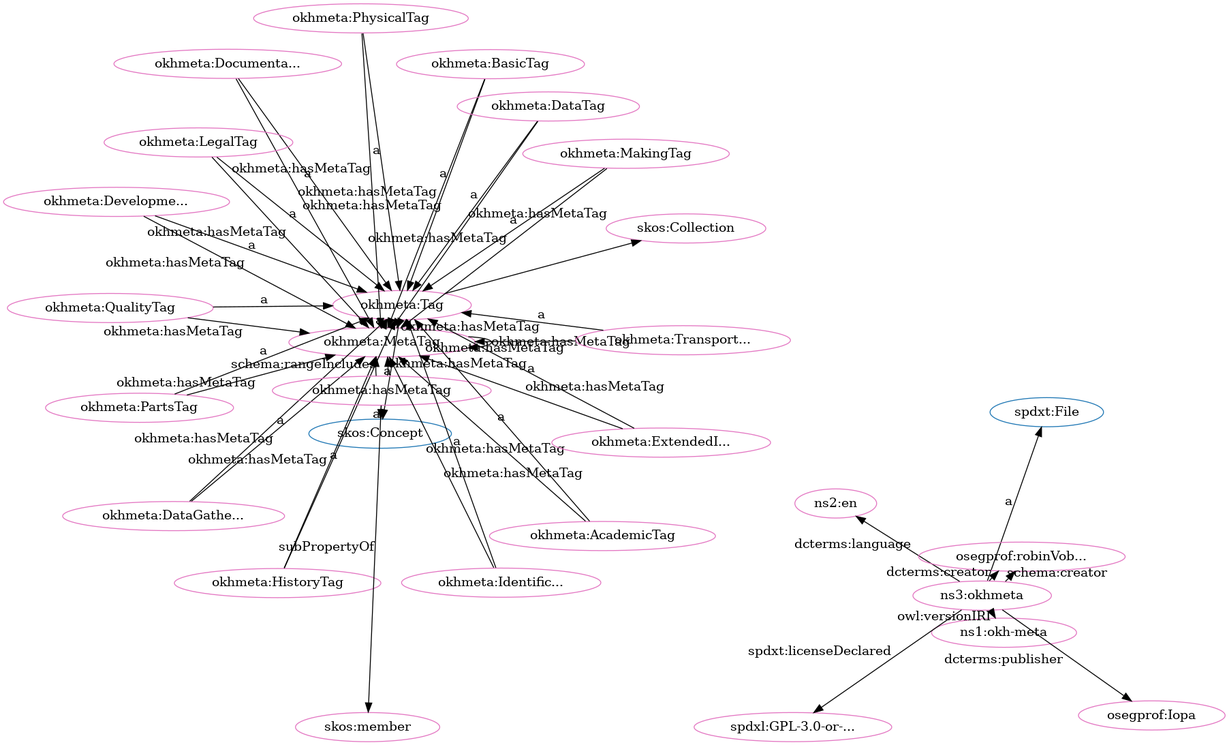
Earlier version of the Graphviz export src/spec/fdp_okh-meta-clean.png (iop-alliance/OpenKnowHow). Its source is kept beside it as src/spec/fdp_okh-meta-clean.dot.
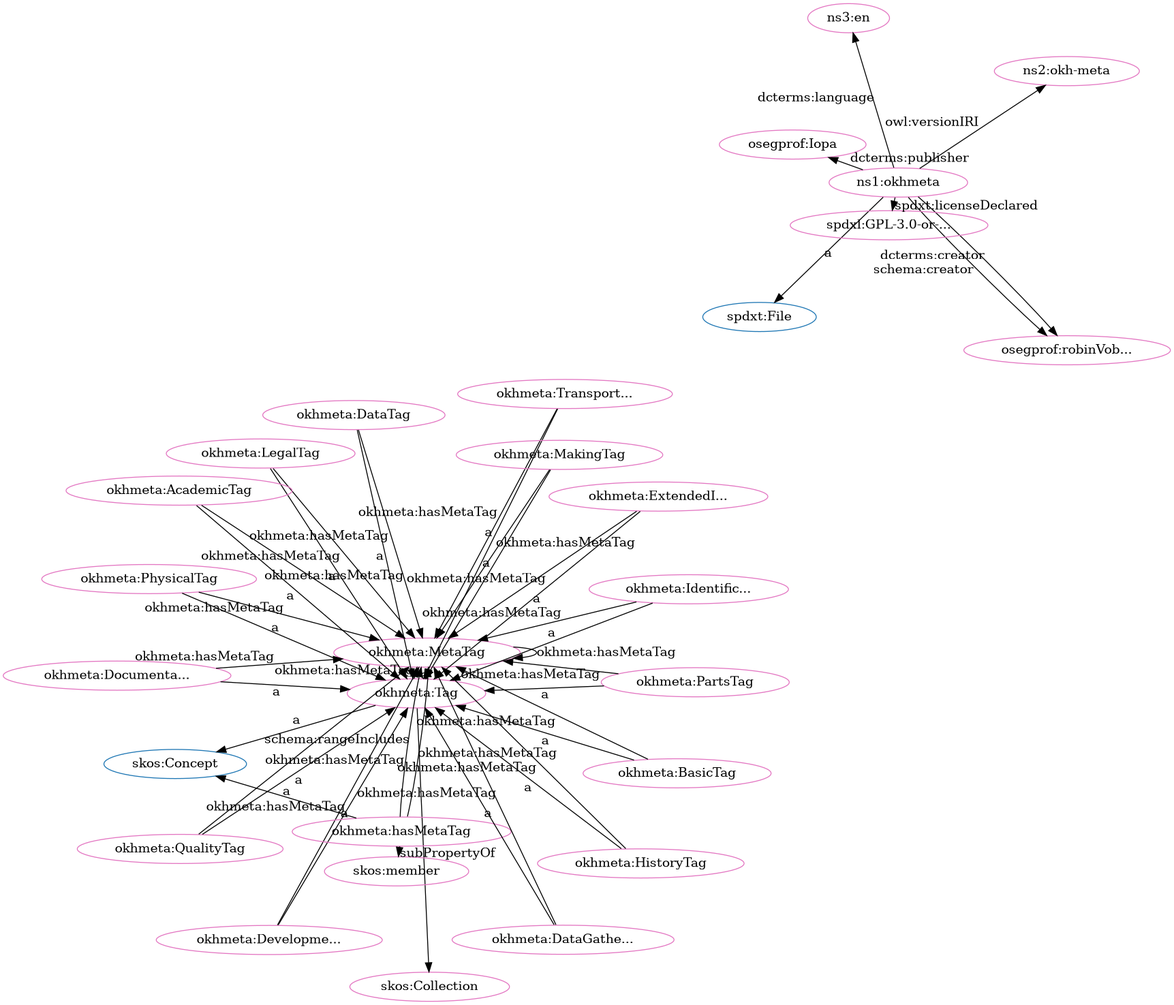
The same file after the commit.

Change to the diagram source:
```diff
@@ -1,81 +1,81 @@
 digraph G {
   rankdir=BT
   node[height=.3]
+"http://www.w3.org/2004/02/skos/core#Collection" [fillcolor="#1f77b4" color="#1f77b4" label="skos:Collection"]
 "https://w3id.org/oseg/ont/okhmeta#MetaTag" [fillcolor="#1f77b4" color="#1f77b4" label="okhmeta:MetaTag"]
-"http://www.w3.org/2004/02/skos/core#Collection" [fillcolor="#1f77b4" color="#1f77b4" label="skos:Collection"]
 "http://www.w3.org/2004/02/skos/core#Concept" [fillcolor="#1f77b4" color="#1f77b4" label="skos:Concept"]
+"https://w3id.org/oseg/ont/okhmeta#Tag" [fillcolor="#1f77b4" color="#1f77b4" label="okhmeta:Tag"]
 "http://spdx.org/rdf/terms#File" [fillcolor="#1f77b4" color="#1f77b4" label="spdxt:File"]
-"https://w3id.org/oseg/ont/okhmeta#Tag" [fillcolor="#1f77b4" color="#1f77b4" label="okhmeta:Tag"]
+"https://w3id.org/oseg/ont/okhmeta#ExtendedInfoTag" [fillcolor="#e377c2" color="#e377c2" label="okhmeta:ExtendedI..."]
+"https://w3id.org/oseg/ont/okhmeta#DevelopmentTag" [fillcolor="#e377c2" color="#e377c2" label="okhmeta:Developme..."]
+"https://w3id.org/oseg/ont/okhmeta#hasMetaTag" [fillcolor="#e377c2" color="#e377c2" label="okhmeta:hasMetaTag"]
 "https://w3id.org/oseg/ont/okhmeta#MetaTag" [fillcolor="#e377c2" color="#e377c2" label="okhmeta:MetaTag"]
+"https://w3id.org/oseg/ont/okhmeta#DataGatheringTag" [fillcolor="#e377c2" color="#e377c2" label="okhmeta:DataGathe..."]
+"http://www.w3.org/2004/02/skos/core#Collection" [fillcolor="#e377c2" color="#e377c2" label="skos:Collection"]
+"https://w3id.org/oseg/ont/okhmeta#DocumentationTag" [fillcolor="#e377c2" color="#e377c2" label="okhmeta:Documenta..."]
+"https://w3id.org/oseg/ont/okhmeta#HistoryTag" [fillcolor="#e377c2" color="#e377c2" label="okhmeta:HistoryTag"]
+"https://w3id.org/oseg/ont/okhmeta" [fillcolor="#e377c2" color="#e377c2" label="ns1:okhmeta"]
+"http://www.w3.org/2004/02/skos/core#member" [fillcolor="#e377c2" color="#e377c2" label="skos:member"]
+"https://w3id.org/oseg/ont/oseg-profiles#robinVobruba" [fillcolor="#e377c2" color="#e377c2" label="osegprof:robinVob..."]
+"https://w3id.org/oseg/ont/okhmeta#TransportationTag" [fillcolor="#e377c2" color="#e377c2" label="okhmeta:Transport..."]
+"https://w3id.org/oseg/ont/okhmeta#Tag" [fillcolor="#e377c2" color="#e377c2" label="okhmeta:Tag"]
 "https://w3id.org/oseg/ont/oseg-profiles#Iopa" [fillcolor="#e377c2" color="#e377c2" label="osegprof:Iopa"]
-"http://www.w3.org/2004/02/skos/core#member" [fillcolor="#e377c2" color="#e377c2" label="skos:member"]
+"https://w3id.org/oseg/ont/okhmeta#PartsTag" [fillcolor="#e377c2" color="#e377c2" label="okhmeta:PartsTag"]
+"https://w3id.org/oseg/ont/okhmeta#IdentificationTag" [fillcolor="#e377c2" color="#e377c2" label="okhmeta:Identific..."]
+"https://w3id.org/oseg/ont/1.1.0/okh-meta" [fillcolor="#e377c2" color="#e377c2" label="ns2:okh-meta"]
+"https://w3id.org/oseg/ont/okhmeta#DataTag" [fillcolor="#e377c2" color="#e377c2" label="okhmeta:DataTag"]
+"http://id.loc.gov/vocabulary/iso639-1/en" [fillcolor="#e377c2" color="#e377c2" label="ns3:en"]
 "https://w3id.org/oseg/ont/okhmeta#BasicTag" [fillcolor="#e377c2" color="#e377c2" label="okhmeta:BasicTag"]
-"https://w3id.org/oseg/ont/okhmeta#DataGatheringTag" [fillcolor="#e377c2" color="#e377c2" label="okhmeta:DataGathe..."]
-"https://w3id.org/oseg/ont/okhmeta#HistoryTag" [fillcolor="#e377c2" color="#e377c2" label="okhmeta:HistoryTag"]
-"https://w3id.org/oseg/ont/okhmeta#hasMetaTag" [fillcolor="#e377c2" color="#e377c2" label="okhmeta:hasMetaTag"]
+"https://spdx.org/licenses/GPL-3.0-or-later" [fillcolor="#e377c2" color="#e377c2" label="spdxl:GPL-3.0-or-..."]
+"https://w3id.org/oseg/ont/okhmeta#MakingTag" [fillcolor="#e377c2" color="#e377c2" label="okhmeta:MakingTag"]
+"https://w3id.org/oseg/ont/okhmeta#LegalTag" [fillcolor="#e377c2" color="#e377c2" label="okhmeta:LegalTag"]
 "https://w3id.org/oseg/ont/okhmeta#AcademicTag" [fillcolor="#e377c2" color="#e377c2" label="okhmeta:AcademicTag"]
-"https://w3id.org/oseg/ont/1.1.0/okh-meta" [fillcolor="#e377c2" color="#e377c2" label="ns1:okh-meta"]
-"http://id.loc.gov/vocabulary/iso639-1/en" [fillcolor="#e377c2" color="#e377c2" label="ns2:en"]
-"https://w3id.org/oseg/ont/okhmeta#Tag" [fillcolor="#e377c2" color="#e377c2" label="okhmeta:Tag"]
-"https://w3id.org/oseg/ont/okhmeta#DocumentationTag" [fillcolor="#e377c2" color="#e377c2" label="okhmeta:Documenta..."]
-"https://w3id.org/oseg/ont/okhmeta#DevelopmentTag" [fillcolor="#e377c2" color="#e377c2" label="okhmeta:Developme..."]
-"https://w3id.org/oseg/ont/okhmeta#MakingTag" [fillcolor="#e377c2" color="#e377c2" label="okhmeta:MakingTag"]
-"https://w3id.org/oseg/ont/okhmeta#DataTag" [fillcolor="#e377c2" color="#e377c2" label="okhmeta:DataTag"]
-"https://w3id.org/oseg/ont/okhmeta#PartsTag" [fillcolor="#e377c2" color="#e377c2" label="okhmeta:PartsTag"]
-"http://www.w3.org/2004/02/skos/core#Collection" [fillcolor="#e377c2" color="#e377c2" label="skos:Collection"]
-"https://w3id.org/oseg/ont/okhmeta" [fillcolor="#e377c2" color="#e377c2" label="ns3:okhmeta"]
-"https://w3id.org/oseg/ont/okhmeta#TransportationTag" [fillcolor="#e377c2" color="#e377c2" label="okhmeta:Transport..."]
-"https://w3id.org/oseg/ont/oseg-profiles#robinVobruba" [fillcolor="#e377c2" color="#e377c2" label="osegprof:robinVob..."]
-"https://w3id.org/oseg/ont/okhmeta#ExtendedInfoTag" [fillcolor="#e377c2" color="#e377c2" label="okhmeta:ExtendedI..."]
+"https://w3id.org/oseg/ont/okhmeta#PhysicalTag" [fillcolor="#e377c2" color="#e377c2" label="okhmeta:PhysicalTag"]
 "https://w3id.org/oseg/ont/okhmeta#QualityTag" [fillcolor="#e377c2" color="#e377c2" label="okhmeta:QualityTag"]
-"https://w3id.org/oseg/ont/okhmeta#LegalTag" [fillcolor="#e377c2" color="#e377c2" label="okhmeta:LegalTag"]
-"https://w3id.org/oseg/ont/okhmeta#PhysicalTag" [fillcolor="#e377c2" color="#e377c2" label="okhmeta:PhysicalTag"]
-"https://spdx.org/licenses/GPL-3.0-or-later" [fillcolor="#e377c2" color="#e377c2" label="spdxl:GPL-3.0-or-..."]
-"https://w3id.org/oseg/ont/okhmeta#IdentificationTag" [fillcolor="#e377c2" color="#e377c2" label="okhmeta:Identific..."]
+  "https://w3id.org/oseg/ont/okhmeta#ExtendedInfoTag" -> "https://w3id.org/oseg/ont/okhmeta#MetaTag" [label="okhmeta:hasMetaTag"]
+  "https://w3id.org/oseg/ont/okhmeta#DataGatheringTag" -> "https://w3id.org/oseg/ont/okhmeta#Tag" [label="a"]
+  "https://w3id.org/oseg/ont/okhmeta#Tag" -> "http://www.w3.org/2004/02/skos/core#Collection" [label=""]
+  "https://w3id.org/oseg/ont/okhmeta#DataTag" -> "https://w3id.org/oseg/ont/okhmeta#MetaTag" [label="okhmeta:hasMetaTag"]
+  "https://w3id.org/oseg/ont/okhmeta#DocumentationTag" -> "https://w3id.org/oseg/ont/okhmeta#MetaTag" [label="okhmeta:hasMetaTag"]
+  "https://w3id.org/oseg/ont/okhmeta#HistoryTag" -> "https://w3id.org/oseg/ont/okhmeta#MetaTag" [label="okhmeta:hasMetaTag"]
+  "https://w3id.org/oseg/ont/okhmeta#hasMetaTag" -> "http://www.w3.org/2004/02/skos/core#member" [label="subPropertyOf"]
+  "https://w3id.org/oseg/ont/okhmeta#TransportationTag" -> "https://w3id.org/oseg/ont/okhmeta#Tag" [label="a"]
+  "https://w3id.org/oseg/ont/okhmeta" -> "https://w3id.org/oseg/ont/oseg-profiles#Iopa" [label="dcterms:publisher"]
+  "https://w3id.org/oseg/ont/okhmeta#LegalTag" -> "https://w3id.org/oseg/ont/okhmeta#MetaTag" [label="okhmeta:hasMetaTag"]
+  "https://w3id.org/oseg/ont/okhmeta#PartsTag" -> "https://w3id.org/oseg/ont/okhmeta#Tag" [label="a"]
+  "https://w3id.org/oseg/ont/okhmeta#DevelopmentTag" -> "https://w3id.org/oseg/ont/okhmeta#MetaTag" [label="okhmeta:hasMetaTag"]
+  "https://w3id.org/oseg/ont/okhmeta#BasicTag" -> "https://w3id.org/oseg/ont/okhmeta#Tag" [label="a"]
+  "https://w3id.org/oseg/ont/okhmeta" -> "https://spdx.org/licenses/GPL-3.0-or-later" [label="spdxt:licenseDeclared"]
+  "https://w3id.org/oseg/ont/okhmeta" -> "http://spdx.org/rdf/terms#File" [label="a"]
   "https://w3id.org/oseg/ont/okhmeta#hasMetaTag" -> "https://w3id.org/oseg/ont/okhmeta#MetaTag" [label="schema:rangeIncludes"]
-  "https://w3id.org/oseg/ont/okhmeta#HistoryTag" -> "https://w3id.org/oseg/ont/okhmeta#MetaTag" [label="okhmeta:hasMetaTag"]
-  "https://w3id.org/oseg/ont/okhmeta" -> "https://w3id.org/oseg/ont/oseg-profiles#Iopa" [label="dcterms:publisher"]
-  "https://w3id.org/oseg/ont/okhmeta#hasMetaTag" -> "http://www.w3.org/2004/02/skos/core#member" [label="subPropertyOf"]
-  "https://w3id.org/oseg/ont/okhmeta#BasicTag" -> "https://w3id.org/oseg/ont/okhmeta#Tag" [label="a"]
   "https://w3id.org/oseg/ont/okhmeta#TransportationTag" -> "https://w3id.org/oseg/ont/okhmeta#MetaTag" [label="okhmeta:hasMetaTag"]
-  "https://w3id.org/oseg/ont/okhmeta#DocumentationTag" -> "https://w3id.org/oseg/ont/okhmeta#MetaTag" [label="okhmeta:hasMetaTag"]
+  "https://w3id.org/oseg/ont/okhmeta#AcademicTag" -> "https://w3id.org/oseg/ont/okhmeta#Tag" [label="a"]
+  "https://w3id.org/oseg/ont/okhmeta#PhysicalTag" -> "https://w3id.org/oseg/ont/okhmeta#Tag" [label="a"]
+  "https://w3id.org/oseg/ont/okhmeta#Tag" -> "https://w3id.org/oseg/ont/okhmeta#MetaTag" [label="okhmeta:hasMetaTag"]
+  "https://w3id.org/oseg/ont/okhmeta#ExtendedInfoTag" -> "https://w3id.org/oseg/ont/okhmeta#Tag" [label="a"]
+  "https://w3id.org/oseg/ont/okhmeta#DevelopmentTag" -> "https://w3id.org/oseg/ont/okhmeta#Tag" [label="a"]
+  "https://w3id.org/oseg/ont/okhmeta#hasMetaTag" -> "https://w3id.org/oseg/ont/okhmeta#MetaTag" [label="okhmeta:hasMetaTag"]
+  "https://w3id.org/oseg/ont/okhmeta#DocumentationTag" -> "https://w3id.org/oseg/ont/okhmeta#Tag" [label="a"]
+  "https://w3id.org/oseg/ont/okhmeta#HistoryTag" -> "https://w3id.org/oseg/ont/okhmeta#Tag" [label="a"]
+  "https://w3id.org/oseg/ont/okhmeta#PartsTag" -> "https://w3id.org/oseg/ont/okhmeta#MetaTag" [label="okhmeta:hasMetaTag"]
+  "https://w3id.org/oseg/ont/okhmeta#IdentificationTag" -> "https://w3id.org/oseg/ont/okhmeta#MetaTag" [label="okhmeta:hasMetaTag"]
+  "https://w3id.org/oseg/ont/okhmeta" -> "https://w3id.org/oseg/ont/oseg-profiles#robinVobruba" [label="dcterms:creator"]
+  "https://w3id.org/oseg/ont/okhmeta#Tag" -> "http://www.w3.org/2004/02/skos/core#Concept" [label="a"]
   "https://w3id.org/oseg/ont/okhmeta#MakingTag" -> "https://w3id.org/oseg/ont/okhmeta#MetaTag" [label="okhmeta:hasMetaTag"]
-  "https://w3id.org/oseg/ont/okhmeta#AcademicTag" -> "https://w3id.org/oseg/ont/okhmeta#Tag" [label="a"]
+  "https://w3id.org/oseg/ont/okhmeta#AcademicTag" -> "https://w3id.org/oseg/ont/okhmeta#MetaTag" [label="okhmeta:hasMetaTag"]
+  "https://w3id.org/oseg/ont/okhmeta#hasMetaTag" -> "http://www.w3.org/2004/02/skos/core#Concept" [label="a"]
+  "https://w3id.org/oseg/ont/okhmeta#MetaTag" -> "https://w3id.org/oseg/ont/okhmeta#MetaTag" [label="okhmeta:hasMetaTag"]
+  "https://w3id.org/oseg/ont/okhmeta#PhysicalTag" -> "https://w3id.org/oseg/ont/okhmeta#MetaTag" [label="okhmeta:hasMetaTag"]
+  "https://w3id.org/oseg/ont/okhmeta" -> "https://w3id.org/oseg/ont/oseg-profiles#robinVobruba" [label="schema:creator"]
+  "https://w3id.org/oseg/ont/okhmeta#IdentificationTag" -> "https://w3id.org/oseg/ont/okhmeta#Tag" [label="a"]
+  "https://w3id.org/oseg/ont/okhmeta#QualityTag" -> "https://w3id.org/oseg/ont/okhmeta#MetaTag" [label="okhmeta:hasMetaTag"]
+  "https://w3id.org/oseg/ont/okhmeta" -> "https://w3id.org/oseg/ont/1.1.0/okh-meta" [label="owl:versionIRI"]
+  "https://w3id.org/oseg/ont/okhmeta#DataTag" -> "https://w3id.org/oseg/ont/okhmeta#Tag" [label="a"]
   "https://w3id.org/oseg/ont/okhmeta" -> "http://id.loc.gov/vocabulary/iso639-1/en" [label="dcterms:language"]
-  "https://w3id.org/oseg/ont/okhmeta#ExtendedInfoTag" -> "https://w3id.org/oseg/ont/okhmeta#MetaTag" [label="okhmeta:hasMetaTag"]
-  "https://w3id.org/oseg/ont/okhmeta#DevelopmentTag" -> "https://w3id.org/oseg/ont/okhmeta#Tag" [label="a"]
-  "https://w3id.org/oseg/ont/okhmeta#DataTag" -> "https://w3id.org/oseg/ont/okhmeta#Tag" [label="a"]
-  "https://w3id.org/oseg/ont/okhmeta#PartsTag" -> "https://w3id.org/oseg/ont/okhmeta#Tag" [label="a"]
-  "https://w3id.org/oseg/ont/okhmeta#IdentificationTag" -> "https://w3id.org/oseg/ont/okhmeta#MetaTag" [label="okhmeta:hasMetaTag"]
+  "https://w3id.org/oseg/ont/okhmeta#MakingTag" -> "https://w3id.org/oseg/ont/okhmeta#Tag" [label="a"]
+  "https://w3id.org/oseg/ont/okhmeta#BasicTag" -> "https://w3id.org/oseg/ont/okhmeta#MetaTag" [label="okhmeta:hasMetaTag"]
+  "https://w3id.org/oseg/ont/okhmeta#DataGatheringTag" -> "https://w3id.org/oseg/ont/okhmeta#MetaTag" [label="okhmeta:hasMetaTag"]
+  "https://w3id.org/oseg/ont/okhmeta#LegalTag" -> "https://w3id.org/oseg/ont/okhmeta#Tag" [label="a"]
   "https://w3id.org/oseg/ont/okhmeta#MetaTag" -> "https://w3id.org/oseg/ont/okhmeta#Tag" [label="a"]
-  "https://w3id.org/oseg/ont/okhmeta#DataGatheringTag" -> "https://w3id.org/oseg/ont/okhmeta#MetaTag" [label="okhmeta:hasMetaTag"]
-  "https://w3id.org/oseg/ont/okhmeta#TransportationTag" -> "https://w3id.org/oseg/ont/okhmeta#Tag" [label="a"]
-  "https://w3id.org/oseg/ont/okhmeta" -> "http://spdx.org/rdf/terms#File" [label="a"]
-  "https://w3id.org/oseg/ont/okhmeta#ExtendedInfoTag" -> "https://w3id.org/oseg/ont/okhmeta#Tag" [label="a"]
   "https://w3id.org/oseg/ont/okhmeta#QualityTag" -> "https://w3id.org/oseg/ont/okhmeta#Tag" [label="a"]
-  "https://w3id.org/oseg/ont/okhmeta#LegalTag" -> "https://w3id.org/oseg/ont/okhmeta#Tag" [label="a"]
-  "https://w3id.org/oseg/ont/okhmeta" -> "https://spdx.org/licenses/GPL-3.0-or-later" [label="spdxt:licenseDeclared"]
-  "https://w3id.org/oseg/ont/okhmeta#hasMetaTag" -> "http://www.w3.org/2004/02/skos/core#Concept" [label="a"]
-  "https://w3id.org/oseg/ont/okhmeta#IdentificationTag" -> "https://w3id.org/oseg/ont/okhmeta#Tag" [label="a"]
-  "https://w3id.org/oseg/ont/okhmeta" -> "https://w3id.org/oseg/ont/oseg-profiles#robinVobruba" [label="dcterms:creator"]
-  "https://w3id.org/oseg/ont/okhmeta#DataGatheringTag" -> "https://w3id.org/oseg/ont/okhmeta#Tag" [label="a"]
-  "https://w3id.org/oseg/ont/okhmeta#hasMetaTag" -> "https://w3id.org/oseg/ont/okhmeta#MetaTag" [label="okhmeta:hasMetaTag"]
-  "https://w3id.org/oseg/ont/okhmeta#AcademicTag" -> "https://w3id.org/oseg/ont/okhmeta#MetaTag" [label="okhmeta:hasMetaTag"]
-  "https://w3id.org/oseg/ont/okhmeta#HistoryTag" -> "https://w3id.org/oseg/ont/okhmeta#Tag" [label="a"]
-  "https://w3id.org/oseg/ont/okhmeta#DevelopmentTag" -> "https://w3id.org/oseg/ont/okhmeta#MetaTag" [label="okhmeta:hasMetaTag"]
-  "https://w3id.org/oseg/ont/okhmeta" -> "https://w3id.org/oseg/ont/1.1.0/okh-meta" [label="owl:versionIRI"]
-  "https://w3id.org/oseg/ont/okhmeta#DataTag" -> "https://w3id.org/oseg/ont/okhmeta#MetaTag" [label="okhmeta:hasMetaTag"]
-  "https://w3id.org/oseg/ont/okhmeta#Tag" -> "http://www.w3.org/2004/02/skos/core#Concept" [label="a"]
-  "https://w3id.org/oseg/ont/okhmeta#DocumentationTag" -> "https://w3id.org/oseg/ont/okhmeta#Tag" [label="a"]
-  "https://w3id.org/oseg/ont/okhmeta#MakingTag" -> "https://w3id.org/oseg/ont/okhmeta#Tag" [label="a"]
-  "https://w3id.org/oseg/ont/okhmeta#PhysicalTag" -> "https://w3id.org/oseg/ont/okhmeta#MetaTag" [label="okhmeta:hasMetaTag"]
-  "https://w3id.org/oseg/ont/okhmeta#MetaTag" -> "https://w3id.org/oseg/ont/okhmeta#MetaTag" [label="okhmeta:hasMetaTag"]
-  "https://w3id.org/oseg/ont/okhmeta#Tag" -> "https://w3id.org/oseg/ont/okhmeta#MetaTag" [label="okhmeta:hasMetaTag"]
-  "https://w3id.org/oseg/ont/okhmeta#Tag" -> "http://www.w3.org/2004/02/skos/core#Collection" [label=""]
-  "https://w3id.org/oseg/ont/okhmeta#BasicTag" -> "https://w3id.org/oseg/ont/okhmeta#MetaTag" [label="okhmeta:hasMetaTag"]
-  "https://w3id.org/oseg/ont/okhmeta#QualityTag" -> "https://w3id.org/oseg/ont/okhmeta#MetaTag" [label="okhmeta:hasMetaTag"]
-  "https://w3id.org/oseg/ont/okhmeta#LegalTag" -> "https://w3id.org/oseg/ont/okhmeta#MetaTag" [label="okhmeta:hasMetaTag"]
-  "https://w3id.org/oseg/ont/okhmeta" -> "https://w3id.org/oseg/ont/oseg-profiles#robinVobruba" [label="schema:creator"]
-  "https://w3id.org/oseg/ont/okhmeta#PartsTag" -> "https://w3id.org/oseg/ont/okhmeta#MetaTag" [label="okhmeta:hasMetaTag"]
-  "https://w3id.org/oseg/ont/okhmeta#PhysicalTag" -> "https://w3id.org/oseg/ont/okhmeta#Tag" [label="a"]
 }
```
